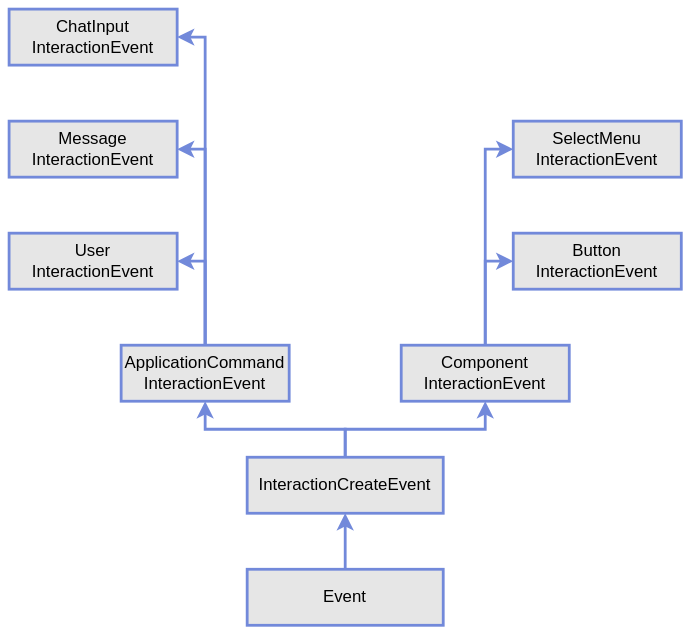
Above: static/img/interactions/hierarchy.svg in Discord4J/documentation (draw.io), before the change. Source tidied: cells renumbered, new cells last; positions are measured from the earlier drawing's top-left corner, leaving out a move shared by most shapes. The source it was exported from:
```xml
<mxGraphModel background="#ffffff">
  <root>
    <mxCell id="0" />
    <mxCell id="1" parent="0" />
    <mxCell id="2" value="User&lt;br&gt;InteractionEvent" style="rounded=0;whiteSpace=wrap;html=1;strokeWidth=2;strokeColor=#7289DA;fillColor=#E6E6E6;" parent="1" vertex="1">
      <mxGeometry y="160" width="120" height="40" as="geometry" />
    </mxCell>
    <mxCell id="3" value="Message&lt;br&gt;InteractionEvent" style="rounded=0;whiteSpace=wrap;html=1;strokeColor=#7289DA;strokeWidth=2;fillColor=#E6E6E6;" parent="1" vertex="1">
      <mxGeometry y="80" width="120" height="40" as="geometry" />
    </mxCell>
    <mxCell id="4" value="ChatInput&lt;br&gt;InteractionEvent" style="rounded=0;whiteSpace=wrap;html=1;strokeWidth=2;strokeColor=#7289DA;fillColor=#E6E6E6;" parent="1" vertex="1">
      <mxGeometry width="120" height="40" as="geometry" />
    </mxCell>
    <mxCell id="5" value="SelectMenu&lt;br&gt;InteractionEvent" style="rounded=0;whiteSpace=wrap;html=1;strokeWidth=2;strokeColor=#7289DA;fillColor=#E6E6E6;" parent="1" vertex="1">
      <mxGeometry x="360" y="80" width="120" height="40" as="geometry" />
    </mxCell>
    <mxCell id="6" value="Button&lt;br&gt;InteractionEvent" style="rounded=0;whiteSpace=wrap;html=1;strokeWidth=2;strokeColor=#7289DA;fillColor=#E6E6E6;" parent="1" vertex="1">
      <mxGeometry x="360" y="160" width="120" height="40" as="geometry" />
    </mxCell>
    <mxCell id="7" style="edgeStyle=orthogonalEdgeStyle;rounded=0;jettySize=auto;html=1;exitX=0.5;exitY=0;exitDx=0;exitDy=0;entryX=1;entryY=0.5;entryDx=0;entryDy=0;strokeWidth=2;strokeColor=#7289DA;" parent="1" edge="1" source="10" target="2">
      <mxGeometry relative="1" as="geometry" />
    </mxCell>
    <mxCell id="8" style="edgeStyle=orthogonalEdgeStyle;rounded=0;jettySize=auto;html=1;exitX=0.5;exitY=0;exitDx=0;exitDy=0;entryX=1;entryY=0.5;entryDx=0;entryDy=0;strokeWidth=2;strokeColor=#7289DA;" parent="1" edge="1" source="10" target="3">
      <mxGeometry relative="1" as="geometry" />
    </mxCell>
    <mxCell id="9" style="edgeStyle=orthogonalEdgeStyle;rounded=0;jettySize=auto;html=1;exitX=0.5;exitY=0;exitDx=0;exitDy=0;entryX=1;entryY=0.5;entryDx=0;entryDy=0;shadow=0;labelBorderColor=none;jumpStyle=none;strokeColor=#7289DA;sketch=0;strokeWidth=2;" parent="1" edge="1" source="10" target="4">
      <mxGeometry relative="1" as="geometry" />
    </mxCell>
    <mxCell id="10" value="ApplicationCommand&lt;br&gt;InteractionEvent" style="rounded=0;whiteSpace=wrap;html=1;strokeWidth=2;strokeColor=#7289DA;fillColor=#E6E6E6;" parent="1" vertex="1">
      <mxGeometry x="80" y="240" width="120" height="40" as="geometry" />
    </mxCell>
    <mxCell id="11" style="edgeStyle=orthogonalEdgeStyle;rounded=0;jettySize=auto;html=1;exitX=0.5;exitY=0;exitDx=0;exitDy=0;entryX=0;entryY=0.5;entryDx=0;entryDy=0;strokeWidth=2;strokeColor=#7289DA;" parent="1" edge="1" source="13" target="6">
      <mxGeometry relative="1" as="geometry" />
    </mxCell>
    <mxCell id="12" style="edgeStyle=orthogonalEdgeStyle;rounded=0;jettySize=auto;html=1;exitX=0.5;exitY=0;exitDx=0;exitDy=0;entryX=0;entryY=0.5;entryDx=0;entryDy=0;strokeWidth=2;strokeColor=#7289DA;" parent="1" edge="1" source="13" target="5">
      <mxGeometry relative="1" as="geometry" />
    </mxCell>
    <mxCell id="13" value="Component&lt;br&gt;InteractionEvent" style="rounded=0;whiteSpace=wrap;html=1;strokeWidth=2;strokeColor=#7289DA;fillColor=#E6E6E6;" parent="1" vertex="1">
      <mxGeometry x="280" y="240" width="120" height="40" as="geometry" />
    </mxCell>
    <mxCell id="14" style="edgeStyle=orthogonalEdgeStyle;rounded=0;jettySize=auto;html=1;exitX=0.5;exitY=0;exitDx=0;exitDy=0;entryX=0.5;entryY=1;entryDx=0;entryDy=0;strokeWidth=2;strokeColor=#7289DA;" parent="1" edge="1" source="16" target="13">
      <mxGeometry relative="1" as="geometry" />
    </mxCell>
    <mxCell id="15" style="edgeStyle=orthogonalEdgeStyle;rounded=0;jettySize=auto;html=1;exitX=0.5;exitY=0;exitDx=0;exitDy=0;entryX=0.5;entryY=1;entryDx=0;entryDy=0;strokeWidth=2;strokeColor=#7289DA;" parent="1" edge="1" source="16" target="10">
      <mxGeometry relative="1" as="geometry" />
    </mxCell>
    <mxCell id="16" value="InteractionCreateEvent" style="rounded=0;whiteSpace=wrap;html=1;strokeWidth=2;strokeColor=#7289DA;fillColor=#E6E6E6;" parent="1" vertex="1">
      <mxGeometry x="170" y="320" width="140" height="40" as="geometry" />
    </mxCell>
    <mxCell id="17" style="edgeStyle=orthogonalEdgeStyle;rounded=0;jettySize=auto;html=1;exitX=0.5;exitY=0;exitDx=0;exitDy=0;entryX=0.5;entryY=1;entryDx=0;entryDy=0;strokeWidth=2;strokeColor=#7289DA;" parent="1" edge="1" source="18" target="16">
      <mxGeometry relative="1" as="geometry" />
    </mxCell>
    <mxCell id="18" value="Event" style="rounded=0;whiteSpace=wrap;html=1;strokeWidth=2;strokeColor=#7289DA;fillColor=#E6E6E6;" parent="1" vertex="1">
      <mxGeometry x="170" y="400" width="140" height="40" as="geometry" />
    </mxCell>
  </root>
</mxGraphModel>
```
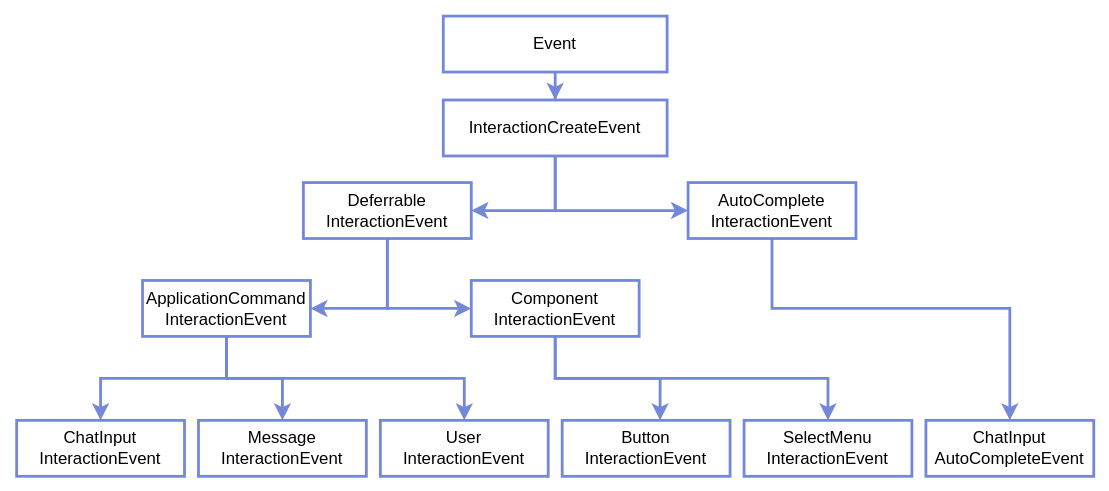
After the commit.

Commit message:
Add autocomplete docs + update interaction hierarchy image

What changed in the source:
```diff
@@ -1,57 +1,98 @@
-<mxGraphModel background="#ffffff">
+<mxGraphModel>
   <root>
     <mxCell id="0" />
     <mxCell id="1" parent="0" />
+    <mxCell id="17" style="edgeStyle=orthogonalEdgeStyle;rounded=0;jettySize=auto;html=1;strokeColor=#7388DA;strokeWidth=2;" parent="1" edge="1" source="18" target="16">
+      <mxGeometry relative="1" as="geometry" />
+    </mxCell>
+    <mxCell id="18" value="Event" style="rounded=0;whiteSpace=wrap;html=1;strokeColor=#7388DA;strokeWidth=2;" parent="1" vertex="1">
+      <mxGeometry x="305" y="-19" width="160" height="40" as="geometry" />
+    </mxCell>
+    <mxCell id="19" style="edgeStyle=orthogonalEdgeStyle;rounded=0;jettySize=auto;html=1;entryX=1;entryY=0.5;entryDx=0;entryDy=0;strokeColor=#7388DA;strokeWidth=2;" parent="1" edge="1" source="16" target="23">
+      <mxGeometry relative="1" as="geometry">
+        <Array as="points">
+          <mxPoint x="385" y="120" />
+        </Array>
+      </mxGeometry>
+    </mxCell>
+    <mxCell id="20" style="edgeStyle=orthogonalEdgeStyle;rounded=0;jettySize=auto;html=1;entryX=0;entryY=0.5;entryDx=0;entryDy=0;strokeColor=#7388DA;strokeWidth=2;" parent="1" edge="1" source="16" target="25">
+      <mxGeometry relative="1" as="geometry">
+        <Array as="points">
+          <mxPoint x="385" y="120" />
+        </Array>
+      </mxGeometry>
+    </mxCell>
+    <mxCell id="16" value="InteractionCreateEvent" style="rounded=0;whiteSpace=wrap;html=1;strokeColor=#7388DA;strokeWidth=2;" parent="1" vertex="1">
+      <mxGeometry x="305" y="41" width="160" height="40" as="geometry" />
+    </mxCell>
+    <mxCell id="21" style="edgeStyle=orthogonalEdgeStyle;rounded=0;jettySize=auto;html=1;entryX=0;entryY=0.5;entryDx=0;entryDy=0;strokeColor=#7388DA;strokeWidth=2;" parent="1" edge="1" source="23" target="13">
+      <mxGeometry relative="1" as="geometry" />
+    </mxCell>
+    <mxCell id="22" style="edgeStyle=orthogonalEdgeStyle;rounded=0;jettySize=auto;html=1;entryX=1;entryY=0.5;entryDx=0;entryDy=0;strokeColor=#7388DA;strokeWidth=2;" parent="1" edge="1" source="23" target="10">
+      <mxGeometry relative="1" as="geometry" />
+    </mxCell>
+    <mxCell id="23" value="Deferrable&lt;br&gt;InteractionEvent" style="rounded=0;whiteSpace=wrap;html=1;strokeColor=#7388DA;strokeWidth=2;" parent="1" vertex="1">
+      <mxGeometry x="205" y="100" width="120" height="40" as="geometry" />
+    </mxCell>
+    <mxCell id="24" style="edgeStyle=orthogonalEdgeStyle;rounded=0;jettySize=auto;html=1;entryX=0.5;entryY=0;entryDx=0;entryDy=0;strokeColor=#7388DA;strokeWidth=2;" parent="1" edge="1" source="25" target="26">
+      <mxGeometry relative="1" as="geometry">
+        <Array as="points">
+          <mxPoint x="540" y="190" />
+          <mxPoint x="710" y="190" />
+        </Array>
+      </mxGeometry>
+    </mxCell>
+    <mxCell id="25" value="AutoComplete&lt;br&gt;InteractionEvent" style="rounded=0;whiteSpace=wrap;html=1;strokeColor=#7388DA;strokeWidth=2;" parent="1" vertex="1">
+      <mxGeometry x="480" y="100" width="120" height="40" as="geometry" />
+    </mxCell>
+    <mxCell id="9" style="edgeStyle=orthogonalEdgeStyle;rounded=0;jettySize=auto;html=1;entryX=0.5;entryY=0;entryDx=0;entryDy=0;strokeColor=#7388DA;strokeWidth=2;" parent="1" edge="1" source="10" target="4">
+      <mxGeometry relative="1" as="geometry" />
+    </mxCell>
+    <mxCell id="8" style="edgeStyle=orthogonalEdgeStyle;rounded=0;jettySize=auto;html=1;entryX=0.5;entryY=0;entryDx=0;entryDy=0;strokeColor=#7388DA;strokeWidth=2;" parent="1" edge="1" source="10" target="3">
+      <mxGeometry relative="1" as="geometry" />
+    </mxCell>
+    <mxCell id="7" style="edgeStyle=orthogonalEdgeStyle;rounded=0;jettySize=auto;html=1;entryX=0.5;entryY=0;entryDx=0;entryDy=0;strokeColor=#7388DA;strokeWidth=2;" parent="1" edge="1" source="10" target="2">
+      <mxGeometry relative="1" as="geometry">
+        <Array as="points">
+          <mxPoint x="150" y="240" />
+          <mxPoint x="320" y="240" />
+        </Array>
+      </mxGeometry>
+    </mxCell>
+    <mxCell id="10" value="ApplicationCommand&lt;br&gt;InteractionEvent" style="rounded=0;whiteSpace=wrap;html=1;strokeColor=#7388DA;strokeWidth=2;" parent="1" vertex="1">
+      <mxGeometry x="90" y="170" width="120" height="40" as="geometry" />
+    </mxCell>
+    <mxCell id="4" value="ChatInput&lt;br&gt;InteractionEvent" style="rounded=0;whiteSpace=wrap;html=1;strokeColor=#7388DA;strokeWidth=2;" parent="1" vertex="1">
+      <mxGeometry y="270" width="120" height="40" as="geometry" />
+    </mxCell>
+    <mxCell id="3" value="Message&lt;br&gt;InteractionEvent" style="rounded=0;whiteSpace=wrap;html=1;strokeColor=#7388DA;strokeWidth=2;" parent="1" vertex="1">
+      <mxGeometry x="130" y="270" width="120" height="40" as="geometry" />
+    </mxCell>
-    <mxCell id="2" value="User&lt;br&gt;InteractionEvent" style="rounded=0;whiteSpace=wrap;html=1;strokeWidth=2;strokeColor=#7289DA;fillColor=#E6E6E6;" parent="1" vertex="1">
-      <mxGeometry y="160" width="120" height="40" as="geometry" />
+    <mxCell id="2" value="User&lt;br&gt;InteractionEvent" style="rounded=0;whiteSpace=wrap;html=1;strokeColor=#7388DA;strokeWidth=2;" parent="1" vertex="1">
+      <mxGeometry x="260" y="270" width="120" height="40" as="geometry" />
     </mxCell>
-    <mxCell id="3" value="Message&lt;br&gt;InteractionEvent" style="rounded=0;whiteSpace=wrap;html=1;strokeColor=#7289DA;strokeWidth=2;fillColor=#E6E6E6;" parent="1" vertex="1">
-      <mxGeometry y="80" width="120" height="40" as="geometry" />
-    </mxCell>
-    <mxCell id="4" value="ChatInput&lt;br&gt;InteractionEvent" style="rounded=0;whiteSpace=wrap;html=1;strokeWidth=2;strokeColor=#7289DA;fillColor=#E6E6E6;" parent="1" vertex="1">
-      <mxGeometry width="120" height="40" as="geometry" />
-    </mxCell>
-    <mxCell id="5" value="SelectMenu&lt;br&gt;InteractionEvent" style="rounded=0;whiteSpace=wrap;html=1;strokeWidth=2;strokeColor=#7289DA;fillColor=#E6E6E6;" parent="1" vertex="1">
-      <mxGeometry x="360" y="80" width="120" height="40" as="geometry" />
-    </mxCell>
-    <mxCell id="6" value="Button&lt;br&gt;InteractionEvent" style="rounded=0;whiteSpace=wrap;html=1;strokeWidth=2;strokeColor=#7289DA;fillColor=#E6E6E6;" parent="1" vertex="1">
-      <mxGeometry x="360" y="160" width="120" height="40" as="geometry" />
-    </mxCell>
-    <mxCell id="7" style="edgeStyle=orthogonalEdgeStyle;rounded=0;jettySize=auto;html=1;exitX=0.5;exitY=0;exitDx=0;exitDy=0;entryX=1;entryY=0.5;entryDx=0;entryDy=0;strokeWidth=2;strokeColor=#7289DA;" parent="1" edge="1" source="10" target="2">
-      <mxGeometry relative="1" as="geometry" />
-    </mxCell>
-    <mxCell id="8" style="edgeStyle=orthogonalEdgeStyle;rounded=0;jettySize=auto;html=1;exitX=0.5;exitY=0;exitDx=0;exitDy=0;entryX=1;entryY=0.5;entryDx=0;entryDy=0;strokeWidth=2;strokeColor=#7289DA;" parent="1" edge="1" source="10" target="3">
-      <mxGeometry relative="1" as="geometry" />
-    </mxCell>
-    <mxCell id="9" style="edgeStyle=orthogonalEdgeStyle;rounded=0;jettySize=auto;html=1;exitX=0.5;exitY=0;exitDx=0;exitDy=0;entryX=1;entryY=0.5;entryDx=0;entryDy=0;shadow=0;labelBorderColor=none;jumpStyle=none;strokeColor=#7289DA;sketch=0;strokeWidth=2;" parent="1" edge="1" source="10" target="4">
-      <mxGeometry relative="1" as="geometry" />
-    </mxCell>
-    <mxCell id="10" value="ApplicationCommand&lt;br&gt;InteractionEvent" style="rounded=0;whiteSpace=wrap;html=1;strokeWidth=2;strokeColor=#7289DA;fillColor=#E6E6E6;" parent="1" vertex="1">
-      <mxGeometry x="80" y="240" width="120" height="40" as="geometry" />
-    </mxCell>
-    <mxCell id="11" style="edgeStyle=orthogonalEdgeStyle;rounded=0;jettySize=auto;html=1;exitX=0.5;exitY=0;exitDx=0;exitDy=0;entryX=0;entryY=0.5;entryDx=0;entryDy=0;strokeWidth=2;strokeColor=#7289DA;" parent="1" edge="1" source="13" target="6">
+    <mxCell id="11" style="edgeStyle=orthogonalEdgeStyle;rounded=0;jettySize=auto;html=1;entryX=0.583;entryY=0;entryDx=0;entryDy=0;entryPerimeter=0;strokeColor=#7388DA;strokeWidth=2;" parent="1" edge="1" source="13" target="6">
       <mxGeometry relative="1" as="geometry" />
     </mxCell>
-    <mxCell id="12" style="edgeStyle=orthogonalEdgeStyle;rounded=0;jettySize=auto;html=1;exitX=0.5;exitY=0;exitDx=0;exitDy=0;entryX=0;entryY=0.5;entryDx=0;entryDy=0;strokeWidth=2;strokeColor=#7289DA;" parent="1" edge="1" source="13" target="5">
-      <mxGeometry relative="1" as="geometry" />
+    <mxCell id="12" style="edgeStyle=orthogonalEdgeStyle;rounded=0;jettySize=auto;html=1;entryX=0.5;entryY=0;entryDx=0;entryDy=0;strokeColor=#7388DA;strokeWidth=2;" parent="1" edge="1" source="13" target="5">
+      <mxGeometry relative="1" as="geometry">
+        <Array as="points">
+          <mxPoint x="385" y="240" />
+          <mxPoint x="580" y="240" />
+        </Array>
+      </mxGeometry>
     </mxCell>
-    <mxCell id="13" value="Component&lt;br&gt;InteractionEvent" style="rounded=0;whiteSpace=wrap;html=1;strokeWidth=2;strokeColor=#7289DA;fillColor=#E6E6E6;" parent="1" vertex="1">
-      <mxGeometry x="280" y="240" width="120" height="40" as="geometry" />
+    <mxCell id="13" value="Component&lt;br&gt;InteractionEvent" style="rounded=0;whiteSpace=wrap;html=1;strokeColor=#7388DA;strokeWidth=2;" parent="1" vertex="1">
+      <mxGeometry x="325" y="170" width="120" height="40" as="geometry" />
     </mxCell>
-    <mxCell id="14" style="edgeStyle=orthogonalEdgeStyle;rounded=0;jettySize=auto;html=1;exitX=0.5;exitY=0;exitDx=0;exitDy=0;entryX=0.5;entryY=1;entryDx=0;entryDy=0;strokeWidth=2;strokeColor=#7289DA;" parent="1" edge="1" source="16" target="13">
-      <mxGeometry relative="1" as="geometry" />
-    </mxCell>
-    <mxCell id="15" style="edgeStyle=orthogonalEdgeStyle;rounded=0;jettySize=auto;html=1;exitX=0.5;exitY=0;exitDx=0;exitDy=0;entryX=0.5;entryY=1;entryDx=0;entryDy=0;strokeWidth=2;strokeColor=#7289DA;" parent="1" edge="1" source="16" target="10">
-      <mxGeometry relative="1" as="geometry" />
-    </mxCell>
-    <mxCell id="16" value="InteractionCreateEvent" style="rounded=0;whiteSpace=wrap;html=1;strokeWidth=2;strokeColor=#7289DA;fillColor=#E6E6E6;" parent="1" vertex="1">
-      <mxGeometry x="170" y="320" width="140" height="40" as="geometry" />
-    </mxCell>
-    <mxCell id="17" style="edgeStyle=orthogonalEdgeStyle;rounded=0;jettySize=auto;html=1;exitX=0.5;exitY=0;exitDx=0;exitDy=0;entryX=0.5;entryY=1;entryDx=0;entryDy=0;strokeWidth=2;strokeColor=#7289DA;" parent="1" edge="1" source="18" target="16">
-      <mxGeometry relative="1" as="geometry" />
-    </mxCell>
-    <mxCell id="18" value="Event" style="rounded=0;whiteSpace=wrap;html=1;strokeWidth=2;strokeColor=#7289DA;fillColor=#E6E6E6;" parent="1" vertex="1">
-      <mxGeometry x="170" y="400" width="140" height="40" as="geometry" />
-    </mxCell>
+    <mxCell id="6" value="Button&lt;br&gt;InteractionEvent" style="rounded=0;whiteSpace=wrap;html=1;strokeColor=#7388DA;strokeWidth=2;" parent="1" vertex="1">
+      <mxGeometry x="390" y="270" width="120" height="40" as="geometry" />
+    </mxCell>
+    <mxCell id="5" value="SelectMenu&lt;br&gt;InteractionEvent" style="rounded=0;whiteSpace=wrap;html=1;strokeColor=#7388DA;strokeWidth=2;" parent="1" vertex="1">
+      <mxGeometry x="520" y="270" width="120" height="40" as="geometry" />
+    </mxCell>
+    <mxCell id="26" value="ChatInput&lt;br&gt;AutoCompleteEvent" style="rounded=0;whiteSpace=wrap;html=1;strokeColor=#7388DA;strokeWidth=2;" parent="1" vertex="1">
+      <mxGeometry x="650" y="270" width="120" height="40" as="geometry" />
+    </mxCell>
   </root>
 </mxGraphModel>
```
